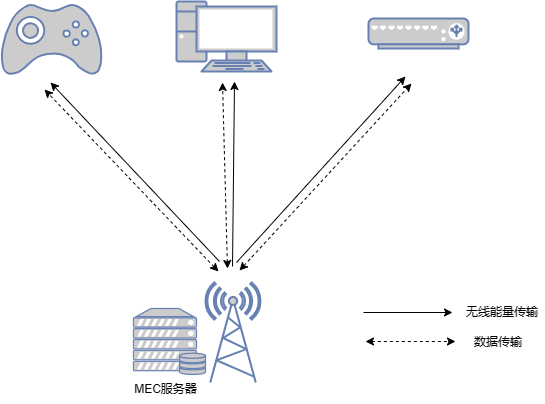
The draw.io diagram 绘图1.drawio.png in zhangchengming601/Algorithm, before a commit. Source tidied: cells renumbered, new cells last; positions are measured from the earlier drawing's top-left corner, leaving out a move shared by most shapes.
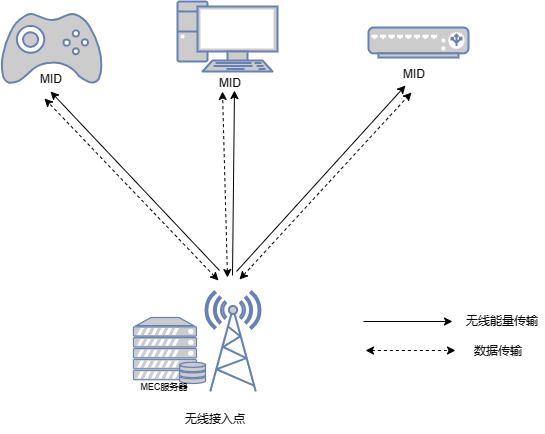
The same file after the commit.

Diff of the diagram source:
```diff
@@ -3,7 +3,7 @@
     <mxCell id="0" />
     <mxCell id="1" parent="0" />
     <mxCell id="2" style="fontColor=#0066CC;verticalAlign=top;verticalLabelPosition=bottom;labelPosition=center;align=center;html=1;fillColor=#CCCCCC;strokeColor=#6881B3;gradientColor=none;gradientDirection=north;strokeWidth=2;shape=mxgraph.networks.pc;" parent="1" vertex="1">
-      <mxGeometry x="175" width="100" height="70" as="geometry" />
+      <mxGeometry x="176" y="-9" width="100" height="70" as="geometry" />
     </mxCell>
     <mxCell id="3" style="fontColor=#0066CC;verticalAlign=top;verticalLabelPosition=bottom;labelPosition=center;align=center;html=1;fillColor=#CCCCCC;strokeColor=#6881B3;gradientColor=none;gradientDirection=north;strokeWidth=2;shape=mxgraph.networks.gamepad;" parent="1" vertex="1">
       <mxGeometry y="3" width="100" height="70" as="geometry" />
@@ -35,8 +35,8 @@
         <mxPoint x="404" y="75" as="targetPoint" />
       </mxGeometry>
     </mxCell>
-    <mxCell id="10" value="MEC服务器" style="text;strokeColor=none;align=center;fillColor=none;html=1;verticalAlign=middle;whiteSpace=wrap;rounded=0;" parent="1" vertex="1">
-      <mxGeometry x="129" y="373" width="71" height="30" as="geometry" />
+    <mxCell id="10" value="MEC服务器" style="text;strokeColor=none;align=center;fillColor=none;html=1;verticalAlign=middle;whiteSpace=wrap;rounded=0;fontSize=9;" parent="1" vertex="1">
+      <mxGeometry x="129" y="363" width="68" height="27" as="geometry" />
     </mxCell>
     <mxCell id="11" style="endArrow=classic;html=1;rounded=0;endSize=6;" parent="1" edge="1">
       <mxGeometry relative="1" as="geometry">
@@ -74,5 +74,17 @@
     <mxCell id="17" value="数据传输" style="text;strokeColor=none;align=center;fillColor=none;html=1;verticalAlign=middle;whiteSpace=wrap;rounded=0;" parent="1" vertex="1">
       <mxGeometry x="467" y="326" width="60" height="30" as="geometry" />
     </mxCell>
+    <mxCell id="18" value="MID" style="text;strokeColor=none;align=center;fillColor=none;html=1;verticalAlign=middle;whiteSpace=wrap;rounded=0;" parent="1" vertex="1">
+      <mxGeometry x="20" y="54" width="60" height="30" as="geometry" />
+    </mxCell>
+    <mxCell id="19" value="MID" style="text;strokeColor=none;align=center;fillColor=none;html=1;verticalAlign=middle;whiteSpace=wrap;rounded=0;" parent="1" vertex="1">
+      <mxGeometry x="199" y="58" width="60" height="30" as="geometry" />
+    </mxCell>
+    <mxCell id="20" value="MID" style="text;strokeColor=none;align=center;fillColor=none;html=1;verticalAlign=middle;whiteSpace=wrap;rounded=0;" parent="1" vertex="1">
+      <mxGeometry x="383" y="49" width="60" height="30" as="geometry" />
+    </mxCell>
+    <mxCell id="21" value="无线接入点" style="text;strokeColor=none;align=center;fillColor=none;html=1;verticalAlign=middle;whiteSpace=wrap;rounded=0;" parent="1" vertex="1">
+      <mxGeometry x="179" y="394" width="70" height="30" as="geometry" />
+    </mxCell>
   </root>
 </mxGraphModel>
```
